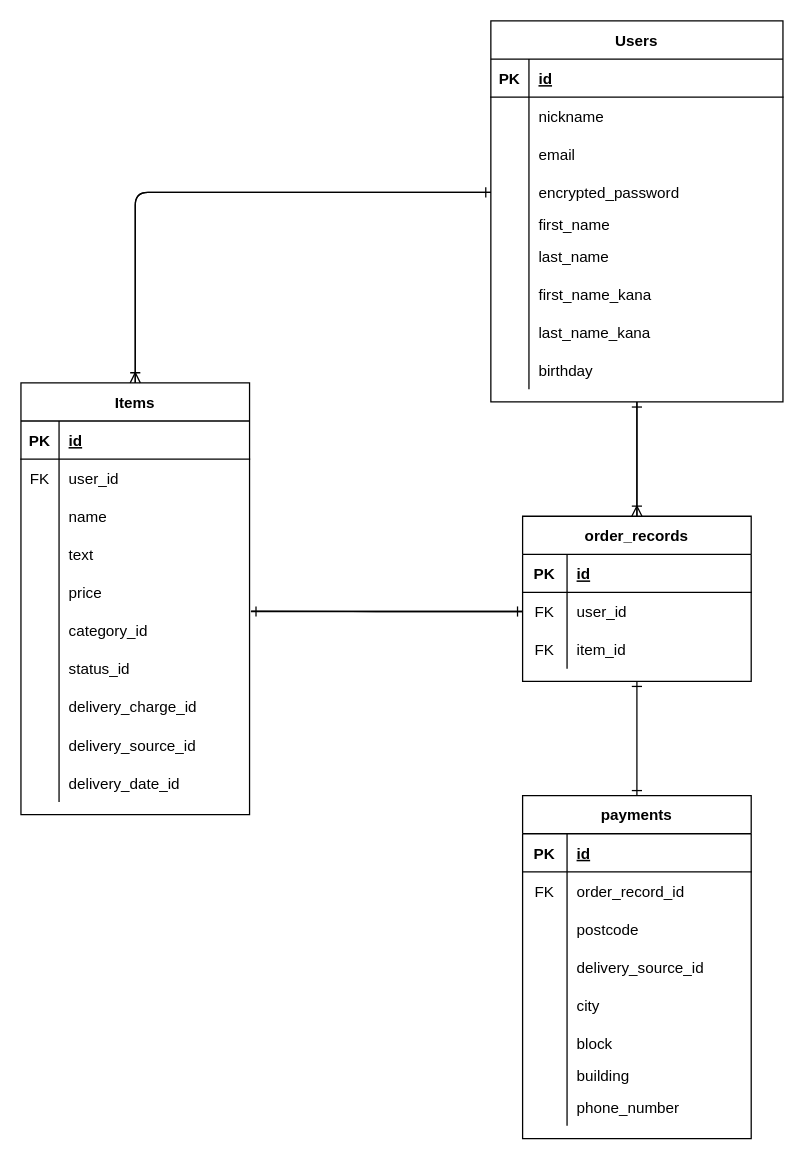
Above: ER.dio in along2000/furima-38537 (draw.io), before the change. Source tidied: cells renumbered, new cells numbered last; positions are measured from the earlier drawing's top-left corner, leaving out a move shared by most shapes. Both pictures are drawn from the tidied source at 127%, with x=0, y=0 at pixel (20, 20).
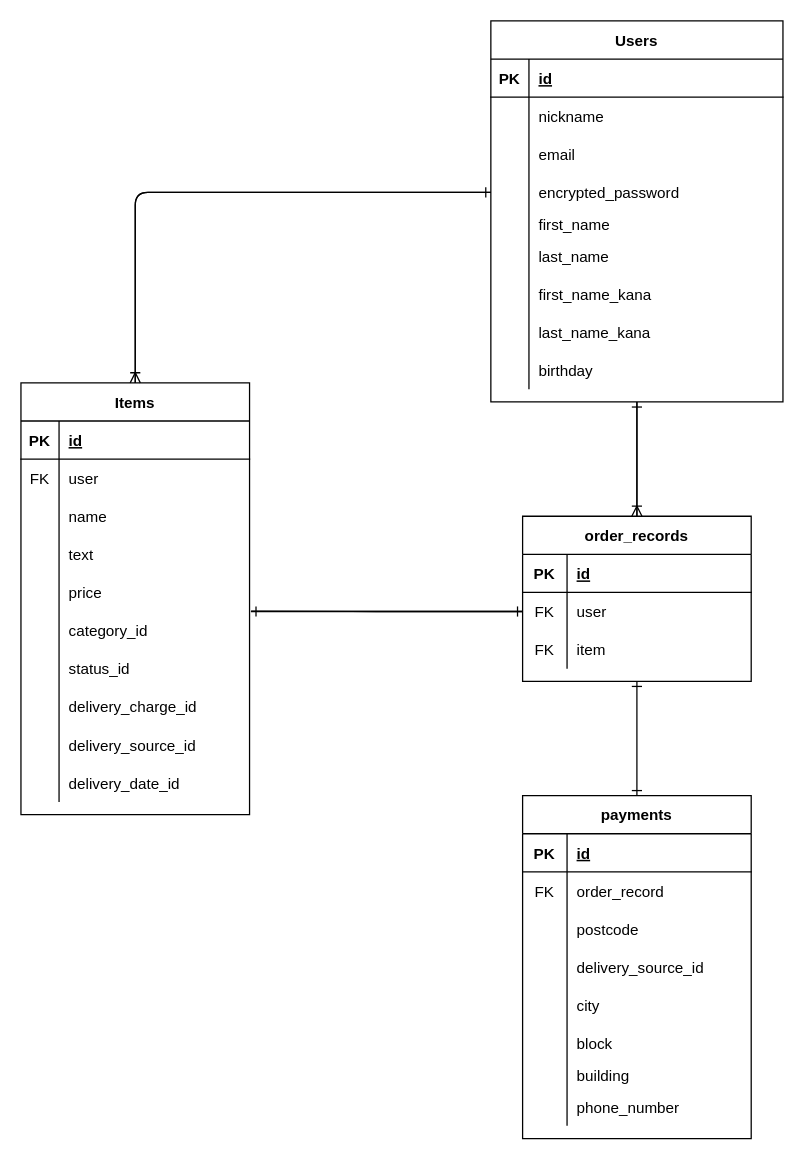
After the change.

The change refers to these unchanged cells:
```xml
<mxCell id="36" style="shape=partialRectangle;fillColor=none;top=0;left=0;bottom=0;right=0;" parent="32" vertex="1">
  <mxGeometry y="60" width="180" height="30" as="geometry" />
</mxCell>
<mxCell id="68" style="shape=partialRectangle;fillColor=none;top=0;left=0;bottom=0;right=0;" parent="64" vertex="1">
  <mxGeometry y="60" width="180" height="30" as="geometry" />
</mxCell>
<mxCell id="94" style="shape=partialRectangle;fillColor=none;top=0;left=0;bottom=0;right=0;points=[[0,0.5],[1,0.5]];portConstraint=eastwest;" parent="90" vertex="1">
  <mxGeometry y="60" width="180" height="30" as="geometry" />
</mxCell>
<mxCell id="97" style="shape=partialRectangle;fillColor=none;top=0;left=0;bottom=0;right=0;" parent="90" vertex="1">
  <mxGeometry y="90" width="180" height="30" as="geometry" />
</mxCell>
```

The edit, as a diff of the source:
```diff
@@
-    <mxCell id="38" value="user_id" style="shape=partialRectangle;fillColor=none;top=0;left=0;bottom=0;right=0;align=left;spacingLeft=6;fontStyle=0;overflow=hidden;" parent="36" vertex="1">
+    <mxCell id="38" value="user" style="shape=partialRectangle;fillColor=none;top=0;left=0;bottom=0;right=0;align=left;spacingLeft=6;fontStyle=0;overflow=hidden;" parent="36" vertex="1">
       <mxGeometry x="30" width="150" height="30" as="geometry" />
     </mxCell>
@@
-    <mxCell id="70" value="order_record_id" style="shape=partialRectangle;fillColor=none;top=0;left=0;bottom=0;right=0;align=left;spacingLeft=6;fontStyle=0;overflow=hidden;" parent="68" vertex="1">
+    <mxCell id="70" value="order_record" style="shape=partialRectangle;fillColor=none;top=0;left=0;bottom=0;right=0;align=left;spacingLeft=6;fontStyle=0;overflow=hidden;" parent="68" vertex="1">
       <mxGeometry x="35" width="145" height="30" as="geometry" />
     </mxCell>
@@
-    <mxCell id="96" value="user_id" style="shape=partialRectangle;fillColor=none;top=0;left=0;bottom=0;right=0;align=left;spacingLeft=6;fontStyle=0;overflow=hidden;" parent="94" vertex="1">
+    <mxCell id="96" value="user" style="shape=partialRectangle;fillColor=none;top=0;left=0;bottom=0;right=0;align=left;spacingLeft=6;fontStyle=0;overflow=hidden;" parent="94" vertex="1">
       <mxGeometry x="35" width="145" height="30" as="geometry" />
     </mxCell>
@@
-    <mxCell id="99" value="item_id" style="shape=partialRectangle;fillColor=none;top=0;left=0;bottom=0;right=0;align=left;spacingLeft=6;fontStyle=0;overflow=hidden;" parent="97" vertex="1">
+    <mxCell id="99" value="item" style="shape=partialRectangle;fillColor=none;top=0;left=0;bottom=0;right=0;align=left;spacingLeft=6;fontStyle=0;overflow=hidden;" parent="97" vertex="1">
       <mxGeometry x="35" width="145" height="30" as="geometry" />
     </mxCell>
```
